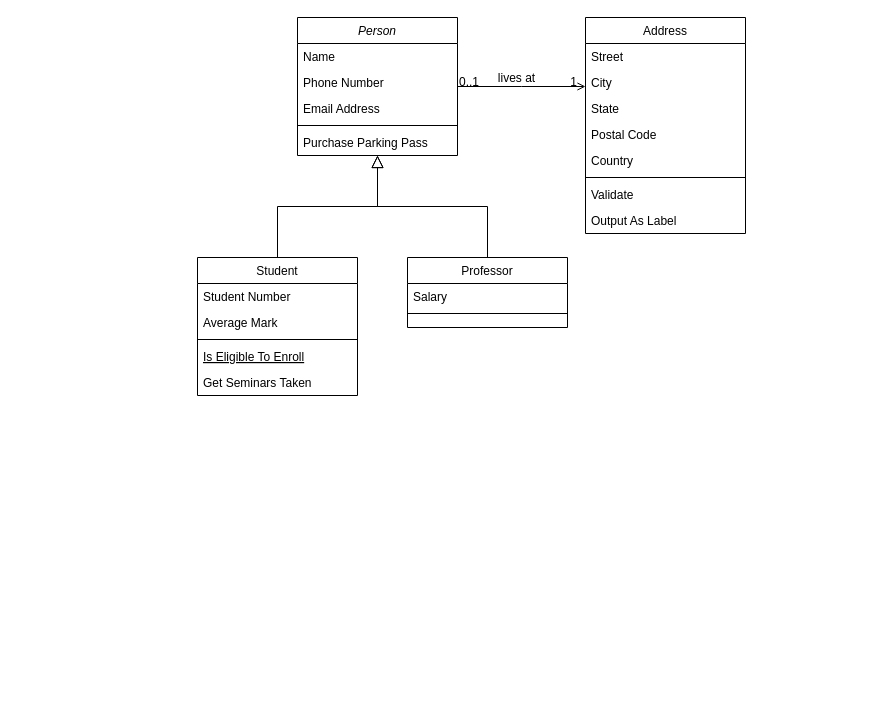
This is 테스트용 클래스 다이어그램.drawio from devjimy912/JavaP_study, a draw.io file, before an edit. Source tidied: cells renumbered, new cells numbered last; positions are measured from the earlier drawing's top-left corner, leaving out a move shared by most shapes. Both pictures are drawn from the tidied source at 100%, with x=0, y=0 at pixel (197, 17).
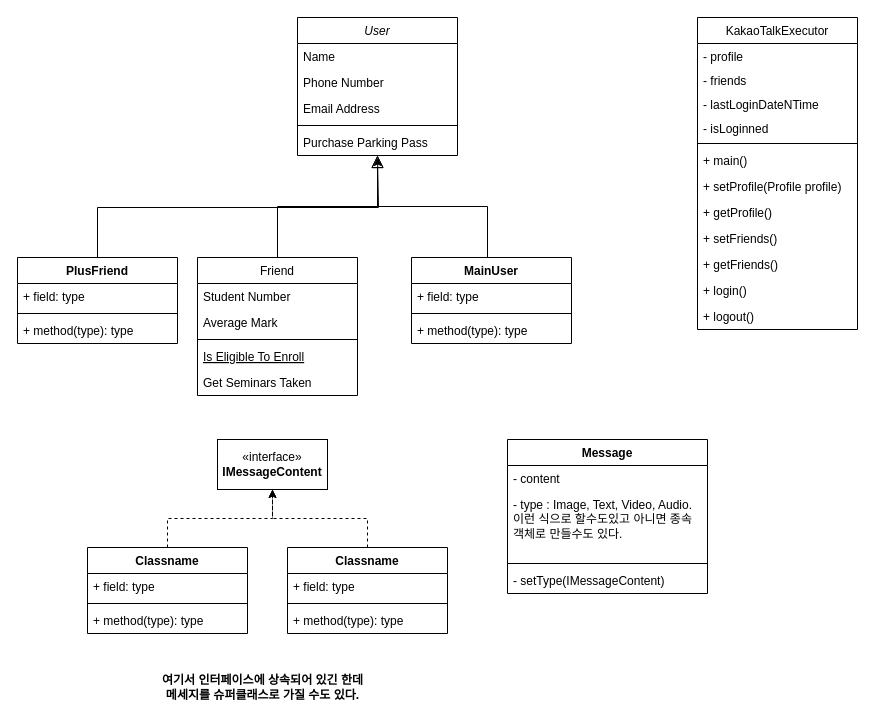
After the change.

Commit message:
테스트용 클래스 다이어그램.drawio 업데이트

The edit, as a diff of the source:
```diff
@@
-    <mxCell id="2" value="Person" style="swimlane;fontStyle=2;align=center;verticalAlign=top;horizontal=1;startSize=26;rounded=0;shadow=0;strokeWidth=1;" parent="1" vertex="1">
+    <mxCell id="2" value="User" style="swimlane;fontStyle=2;align=center;verticalAlign=top;horizontal=1;startSize=26;rounded=0;shadow=0;strokeWidth=1;" parent="1" vertex="1">
       <mxGeometry x="100" width="160" height="138" as="geometry" />
     </mxCell>
@@
-    <mxCell id="8" value="Student" style="swimlane;fontStyle=0;align=center;verticalAlign=top;horizontal=1;startSize=26;rounded=0;shadow=0;strokeWidth=1;" parent="1" vertex="1">
+    <mxCell id="8" value="Friend" style="swimlane;fontStyle=0;align=center;verticalAlign=top;horizontal=1;startSize=26;rounded=0;shadow=0;strokeWidth=1;" parent="1" vertex="1">
       <mxGeometry y="240" width="160" height="138" as="geometry" />
     </mxCell>
@@
-    <mxCell id="15" value="Professor" style="swimlane;fontStyle=0;align=center;verticalAlign=top;horizontal=1;startSize=26;rounded=0;shadow=0;strokeWidth=1;" parent="1" vertex="1">
-      <mxGeometry x="210" y="240" width="160" height="70" as="geometry" />
-    </mxCell>
-    <mxCell id="16" value="Salary" style="text;align=left;verticalAlign=top;spacingLeft=4;spacingRight=4;overflow=hidden;" parent="15" vertex="1">
-      <mxGeometry y="26" width="160" height="26" as="geometry" />
-    </mxCell>
-    <mxCell id="17" style="line;html=1;strokeWidth=1;align=left;verticalAlign=middle;spacingTop=-1;spacingLeft=3;spacingRight=3;labelPosition=right;" parent="15" vertex="1">
-      <mxGeometry y="52" width="160" height="8" as="geometry" />
-    </mxCell>
-    <mxCell id="18" style="endArrow=block;endSize=10;endFill=0;shadow=0;strokeWidth=1;rounded=0;edgeStyle=elbowEdgeStyle;elbow=vertical;" parent="1" edge="1" source="15" target="2">
-      <mxGeometry relative="1" as="geometry" />
+    <mxCell id="18" style="endArrow=block;endSize=10;endFill=0;shadow=0;strokeWidth=1;rounded=0;edgeStyle=elbowEdgeStyle;elbow=vertical;" parent="1" edge="1" target="2">
+      <mxGeometry relative="1" as="geometry">
+        <mxPoint x="290" y="240" as="sourcePoint" />
+      </mxGeometry>
     </mxCell>
-    <mxCell id="19" value="Address" style="swimlane;fontStyle=0;align=center;verticalAlign=top;horizontal=1;startSize=26;rounded=0;shadow=0;strokeWidth=1;" parent="1" vertex="1">
-      <mxGeometry x="388" width="160" height="216" as="geometry" />
+    <mxCell id="19" value="KakaoTalkExecutor" style="swimlane;fontStyle=0;align=center;verticalAlign=top;horizontal=1;startSize=26;rounded=0;shadow=0;strokeWidth=1;" parent="1" vertex="1">
+      <mxGeometry x="500" width="160" height="312" as="geometry" />
     </mxCell>
-    <mxCell id="20" value="Street" style="text;align=left;verticalAlign=top;spacingLeft=4;spacingRight=4;overflow=hidden;" parent="19" vertex="1">
-      <mxGeometry y="26" width="160" height="26" as="geometry" />
-    </mxCell>
-    <mxCell id="21" value="City" style="text;align=left;verticalAlign=top;spacingLeft=4;spacingRight=4;overflow=hidden;rounded=0;shadow=0;html=0;" parent="19" vertex="1">
-      <mxGeometry y="52" width="160" height="26" as="geometry" />
-    </mxCell>
-    <mxCell id="22" value="State" style="text;align=left;verticalAlign=top;spacingLeft=4;spacingRight=4;overflow=hidden;rounded=0;shadow=0;html=0;" parent="19" vertex="1">
-      <mxGeometry y="78" width="160" height="26" as="geometry" />
-    </mxCell>
-    <mxCell id="23" value="Postal Code" style="text;align=left;verticalAlign=top;spacingLeft=4;spacingRight=4;overflow=hidden;rounded=0;shadow=0;html=0;" parent="19" vertex="1">
-      <mxGeometry y="104" width="160" height="26" as="geometry" />
-    </mxCell>
-    <mxCell id="24" value="Country" style="text;align=left;verticalAlign=top;spacingLeft=4;spacingRight=4;overflow=hidden;rounded=0;shadow=0;html=0;" parent="19" vertex="1">
-      <mxGeometry y="130" width="160" height="26" as="geometry" />
-    </mxCell>
+    <mxCell id="32" value="- profile" style="text;align=left;verticalAlign=top;spacingLeft=4;spacingRight=4;overflow=hidden;rounded=0;shadow=0;html=0;" parent="19" vertex="1">
+      <mxGeometry y="26" width="160" height="24" as="geometry" />
+    </mxCell>
+    <mxCell id="33" value="- friends" style="text;align=left;verticalAlign=top;spacingLeft=4;spacingRight=4;overflow=hidden;rounded=0;shadow=0;html=0;" parent="19" vertex="1">
+      <mxGeometry y="50" width="160" height="24" as="geometry" />
+    </mxCell>
+    <mxCell id="34" value="- lastLoginDateNTime" style="text;align=left;verticalAlign=top;spacingLeft=4;spacingRight=4;overflow=hidden;rounded=0;shadow=0;html=0;" parent="19" vertex="1">
+      <mxGeometry y="74" width="160" height="24" as="geometry" />
+    </mxCell>
+    <mxCell id="35" value="- isLoginned" style="text;align=left;verticalAlign=top;spacingLeft=4;spacingRight=4;overflow=hidden;rounded=0;shadow=0;html=0;" parent="19" vertex="1">
+      <mxGeometry y="98" width="160" height="24" as="geometry" />
+    </mxCell>
     <mxCell id="25" style="line;html=1;strokeWidth=1;align=left;verticalAlign=middle;spacingTop=-1;spacingLeft=3;spacingRight=3;labelPosition=right;" parent="19" vertex="1">
-      <mxGeometry y="156" width="160" height="8" as="geometry" />
+      <mxGeometry y="122" width="160" height="8" as="geometry" />
     </mxCell>
-    <mxCell id="26" value="Validate" style="text;align=left;verticalAlign=top;spacingLeft=4;spacingRight=4;overflow=hidden;" parent="19" vertex="1">
-      <mxGeometry y="164" width="160" height="26" as="geometry" />
+    <mxCell id="26" value="+ main()" style="text;align=left;verticalAlign=top;spacingLeft=4;spacingRight=4;overflow=hidden;" parent="19" vertex="1">
+      <mxGeometry y="130" width="160" height="26" as="geometry" />
     </mxCell>
-    <mxCell id="27" value="Output As Label" style="text;align=left;verticalAlign=top;spacingLeft=4;spacingRight=4;overflow=hidden;" parent="19" vertex="1">
-      <mxGeometry y="190" width="160" height="26" as="geometry" />
-    </mxCell>
-    <mxCell id="28" style="endArrow=open;shadow=0;strokeWidth=1;rounded=0;endFill=1;edgeStyle=elbowEdgeStyle;elbow=vertical;" parent="1" edge="1" source="2" target="19">
-      <mxGeometry x="0.5" y="41" relative="1" as="geometry">
-        <mxPoint x="-40" y="32" as="offset" />
-      </mxGeometry>
-    </mxCell>
-    <mxCell id="29" value="0..1" style="align=left;verticalAlign=bottom;labelBackgroundColor=none;fontSize=12;" parent="28" vertex="1">
-      <mxGeometry x="-1" relative="1" as="geometry">
-        <mxPoint y="4" as="offset" />
-      </mxGeometry>
-    </mxCell>
-    <mxCell id="30" value="1" style="align=right;verticalAlign=bottom;labelBackgroundColor=none;fontSize=12;" parent="28" vertex="1">
-      <mxGeometry x="1" relative="1" as="geometry">
-        <mxPoint x="-7" y="4" as="offset" />
-      </mxGeometry>
-    </mxCell>
-    <mxCell id="31" value="lives at" style="text;html=1;align=center;verticalAlign=middle;labelBackgroundColor=none;rounded=0;shadow=0;strokeWidth=1;fontSize=12;" parent="28" vertex="1">
-      <mxGeometry x="0.5" y="49" relative="1" as="geometry">
-        <mxPoint x="-38" y="40" as="offset" />
-      </mxGeometry>
-    </mxCell>
+    <mxCell id="36" value="+ setProfile(Profile profile)" style="text;align=left;verticalAlign=top;spacingLeft=4;spacingRight=4;overflow=hidden;" parent="19" vertex="1">
+      <mxGeometry y="156" width="160" height="26" as="geometry" />
+    </mxCell>
+    <mxCell id="37" value="+ getProfile()" style="text;align=left;verticalAlign=top;spacingLeft=4;spacingRight=4;overflow=hidden;" parent="19" vertex="1">
+      <mxGeometry y="182" width="160" height="26" as="geometry" />
+    </mxCell>
+    <mxCell id="38" value="+ setFriends()" style="text;align=left;verticalAlign=top;spacingLeft=4;spacingRight=4;overflow=hidden;" parent="19" vertex="1">
+      <mxGeometry y="208" width="160" height="26" as="geometry" />
+    </mxCell>
+    <mxCell id="39" value="+ getFriends()" style="text;align=left;verticalAlign=top;spacingLeft=4;spacingRight=4;overflow=hidden;" parent="19" vertex="1">
+      <mxGeometry y="234" width="160" height="26" as="geometry" />
+    </mxCell>
+    <mxCell id="40" value="+ login()" style="text;align=left;verticalAlign=top;spacingLeft=4;spacingRight=4;overflow=hidden;" parent="19" vertex="1">
+      <mxGeometry y="260" width="160" height="26" as="geometry" />
+    </mxCell>
+    <mxCell id="41" value="+ logout()" style="text;align=left;verticalAlign=top;spacingLeft=4;spacingRight=4;overflow=hidden;" parent="19" vertex="1">
+      <mxGeometry y="286" width="160" height="26" as="geometry" />
+    </mxCell>
+    <mxCell id="42" style="edgeStyle=orthogonalEdgeStyle;rounded=0;orthogonalLoop=1;jettySize=auto;html=1;exitX=0.5;exitY=1;exitDx=0;exitDy=0;" parent="1" edge="1">
+      <mxGeometry relative="1" as="geometry">
+        <mxPoint x="-80" y="270" as="sourcePoint" />
+        <mxPoint x="-80" y="270" as="targetPoint" />
+      </mxGeometry>
+    </mxCell>
+    <mxCell id="43" style="edgeStyle=orthogonalEdgeStyle;rounded=0;jettySize=auto;html=1;exitX=0.5;exitY=0;exitDx=0;exitDy=0;" parent="1" edge="1" source="44">
+      <mxGeometry relative="1" as="geometry">
+        <mxPoint x="180" y="140" as="targetPoint" />
+        <Array as="points">
+          <mxPoint x="-100" y="190" />
+          <mxPoint x="181" y="190" />
+        </Array>
+      </mxGeometry>
+    </mxCell>
+    <mxCell id="44" value="PlusFriend" style="swimlane;fontStyle=1;align=center;verticalAlign=top;horizontal=1;startSize=26;whiteSpace=wrap;html=1;" parent="1" vertex="1">
+      <mxGeometry x="-180" y="240" width="160" height="86" as="geometry" />
+    </mxCell>
+    <mxCell id="45" value="+ field: type" style="text;strokeColor=none;fillColor=none;align=left;verticalAlign=top;spacingLeft=4;spacingRight=4;overflow=hidden;whiteSpace=wrap;html=1;" parent="44" vertex="1">
+      <mxGeometry y="26" width="160" height="26" as="geometry" />
+    </mxCell>
+    <mxCell id="46" style="line;strokeWidth=1;fillColor=none;align=left;verticalAlign=middle;spacingTop=-1;spacingLeft=3;spacingRight=3;labelPosition=right;strokeColor=inherit;" parent="44" vertex="1">
+      <mxGeometry y="52" width="160" height="8" as="geometry" />
+    </mxCell>
+    <mxCell id="47" value="+ method(type): type" style="text;strokeColor=none;fillColor=none;align=left;verticalAlign=top;spacingLeft=4;spacingRight=4;overflow=hidden;whiteSpace=wrap;html=1;" parent="44" vertex="1">
+      <mxGeometry y="60" width="160" height="26" as="geometry" />
+    </mxCell>
+    <mxCell id="48" value="MainUser" style="swimlane;fontStyle=1;align=center;verticalAlign=top;horizontal=1;startSize=26;whiteSpace=wrap;html=1;" parent="1" vertex="1">
+      <mxGeometry x="214" y="240" width="160" height="86" as="geometry" />
+    </mxCell>
+    <mxCell id="49" value="+ field: type" style="text;strokeColor=none;fillColor=none;align=left;verticalAlign=top;spacingLeft=4;spacingRight=4;overflow=hidden;whiteSpace=wrap;html=1;" parent="48" vertex="1">
+      <mxGeometry y="26" width="160" height="26" as="geometry" />
+    </mxCell>
+    <mxCell id="50" style="line;strokeWidth=1;fillColor=none;align=left;verticalAlign=middle;spacingTop=-1;spacingLeft=3;spacingRight=3;labelPosition=right;strokeColor=inherit;" parent="48" vertex="1">
+      <mxGeometry y="52" width="160" height="8" as="geometry" />
+    </mxCell>
+    <mxCell id="51" value="+ method(type): type" style="text;strokeColor=none;fillColor=none;align=left;verticalAlign=top;spacingLeft=4;spacingRight=4;overflow=hidden;whiteSpace=wrap;html=1;" parent="48" vertex="1">
+      <mxGeometry y="60" width="160" height="26" as="geometry" />
+    </mxCell>
+    <mxCell id="52" value="Message" style="swimlane;fontStyle=1;align=center;verticalAlign=top;horizontal=1;startSize=26;whiteSpace=wrap;html=1;" parent="1" vertex="1">
+      <mxGeometry x="310" y="422" width="200" height="154" as="geometry" />
+    </mxCell>
+    <mxCell id="53" value="- content" style="text;strokeColor=none;fillColor=none;align=left;verticalAlign=top;spacingLeft=4;spacingRight=4;overflow=hidden;whiteSpace=wrap;html=1;" parent="52" vertex="1">
+      <mxGeometry y="26" width="200" height="26" as="geometry" />
+    </mxCell>
+    <mxCell id="54" value="- type : Image, Text, Video, Audio. 이런 식으로 할수도있고 아니면 종속 객체로 만들수도 있다." style="text;strokeColor=none;fillColor=none;align=left;verticalAlign=top;spacingLeft=4;spacingRight=4;overflow=hidden;whiteSpace=wrap;html=1;" parent="52" vertex="1">
+      <mxGeometry y="52" width="200" height="68" as="geometry" />
+    </mxCell>
+    <mxCell id="55" style="line;strokeWidth=1;fillColor=none;align=left;verticalAlign=middle;spacingTop=-1;spacingLeft=3;spacingRight=3;labelPosition=right;strokeColor=inherit;" parent="52" vertex="1">
+      <mxGeometry y="120" width="200" height="8" as="geometry" />
+    </mxCell>
+    <mxCell id="56" value="- setType(IMessageContent)" style="text;strokeColor=none;fillColor=none;align=left;verticalAlign=top;spacingLeft=4;spacingRight=4;overflow=hidden;whiteSpace=wrap;html=1;" parent="52" vertex="1">
+      <mxGeometry y="128" width="200" height="26" as="geometry" />
+    </mxCell>
+    <mxCell id="57" value="«interface»&lt;br&gt;&lt;b&gt;IMessageContent&lt;/b&gt;" style="html=1;whiteSpace=wrap;" parent="1" vertex="1">
+      <mxGeometry x="20" y="422" width="110" height="50" as="geometry" />
+    </mxCell>
+    <mxCell id="58" style="edgeStyle=orthogonalEdgeStyle;rounded=0;jettySize=auto;html=1;exitX=0.5;exitY=0;exitDx=0;exitDy=0;entryX=0.5;entryY=1;entryDx=0;entryDy=0;dashed=1;" parent="1" edge="1" source="59" target="57">
+      <mxGeometry relative="1" as="geometry" />
+    </mxCell>
+    <mxCell id="59" value="Classname" style="swimlane;fontStyle=1;align=center;verticalAlign=top;horizontal=1;startSize=26;whiteSpace=wrap;html=1;" parent="1" vertex="1">
+      <mxGeometry x="-110" y="530" width="160" height="86" as="geometry" />
+    </mxCell>
+    <mxCell id="60" value="+ field: type" style="text;strokeColor=none;fillColor=none;align=left;verticalAlign=top;spacingLeft=4;spacingRight=4;overflow=hidden;whiteSpace=wrap;html=1;" parent="59" vertex="1">
+      <mxGeometry y="26" width="160" height="26" as="geometry" />
+    </mxCell>
+    <mxCell id="61" style="line;strokeWidth=1;fillColor=none;align=left;verticalAlign=middle;spacingTop=-1;spacingLeft=3;spacingRight=3;labelPosition=right;strokeColor=inherit;" parent="59" vertex="1">
+      <mxGeometry y="52" width="160" height="8" as="geometry" />
+    </mxCell>
+    <mxCell id="62" value="+ method(type): type" style="text;strokeColor=none;fillColor=none;align=left;verticalAlign=top;spacingLeft=4;spacingRight=4;overflow=hidden;whiteSpace=wrap;html=1;" parent="59" vertex="1">
+      <mxGeometry y="60" width="160" height="26" as="geometry" />
+    </mxCell>
+    <mxCell id="63" value="Classname" style="swimlane;fontStyle=1;align=center;verticalAlign=top;horizontal=1;startSize=26;whiteSpace=wrap;html=1;" parent="1" vertex="1">
+      <mxGeometry x="90" y="530" width="160" height="86" as="geometry" />
+    </mxCell>
+    <mxCell id="64" value="+ field: type" style="text;strokeColor=none;fillColor=none;align=left;verticalAlign=top;spacingLeft=4;spacingRight=4;overflow=hidden;whiteSpace=wrap;html=1;" parent="63" vertex="1">
+      <mxGeometry y="26" width="160" height="26" as="geometry" />
+    </mxCell>
+    <mxCell id="65" style="line;strokeWidth=1;fillColor=none;align=left;verticalAlign=middle;spacingTop=-1;spacingLeft=3;spacingRight=3;labelPosition=right;strokeColor=inherit;" parent="63" vertex="1">
+      <mxGeometry y="52" width="160" height="8" as="geometry" />
+    </mxCell>
+    <mxCell id="66" value="+ method(type): type" style="text;strokeColor=none;fillColor=none;align=left;verticalAlign=top;spacingLeft=4;spacingRight=4;overflow=hidden;whiteSpace=wrap;html=1;" parent="63" vertex="1">
+      <mxGeometry y="60" width="160" height="26" as="geometry" />
+    </mxCell>
+    <mxCell id="67" style="edgeStyle=orthogonalEdgeStyle;rounded=0;jettySize=auto;html=1;exitX=0.5;exitY=0;exitDx=0;exitDy=0;entryX=0.5;entryY=1;entryDx=0;entryDy=0;dashed=1;" parent="1" edge="1" source="63" target="57">
+      <mxGeometry relative="1" as="geometry" />
+    </mxCell>
+    <mxCell id="68" value="여기서 인터페이스에 상속되어 있긴 한데&lt;div&gt;메세지를 슈퍼클래스로 가질 수도 있다.&lt;/div&gt;" style="text;align=center;fontStyle=1;verticalAlign=middle;spacingLeft=3;spacingRight=3;strokeColor=none;html=1;" parent="1" vertex="1">
+      <mxGeometry x="-60" y="650" width="250" height="40" as="geometry" />
+    </mxCell>
```
